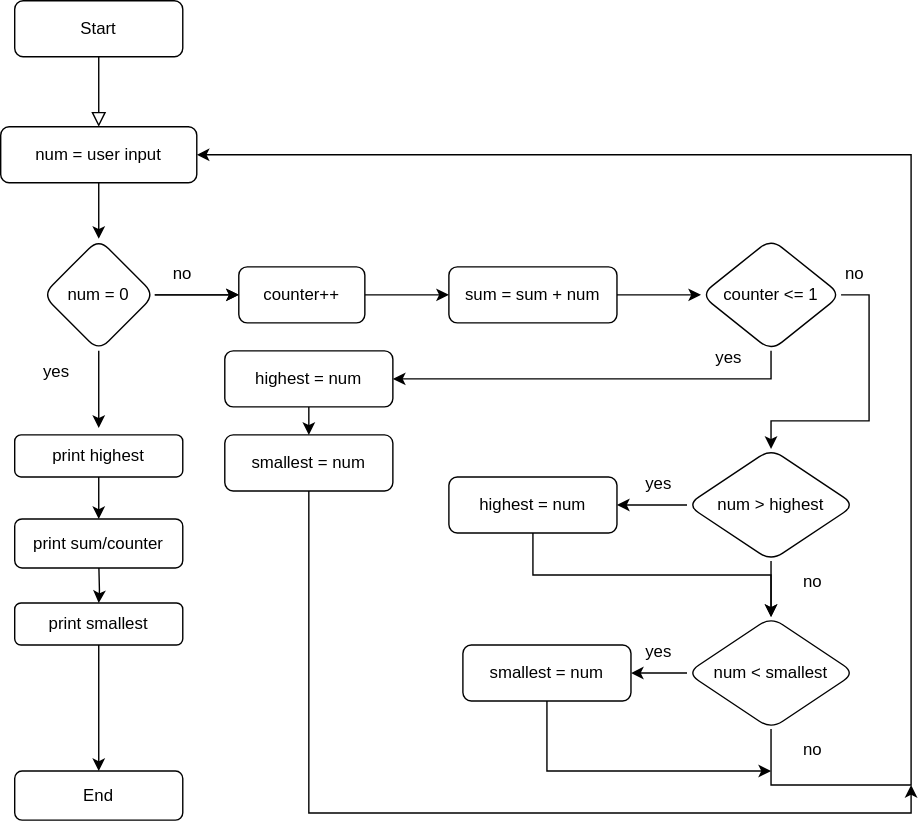
The draw.io diagram Week_01/algorithm_mod2_asmnt1.drawio.svg in bilalalissa/The-JavaScript-Boot-Camp-by-Flavio, before a commit. Source tidied: cells renumbered, new cells last; positions are measured from the earlier drawing's top-left corner, leaving out a move shared by most shapes.
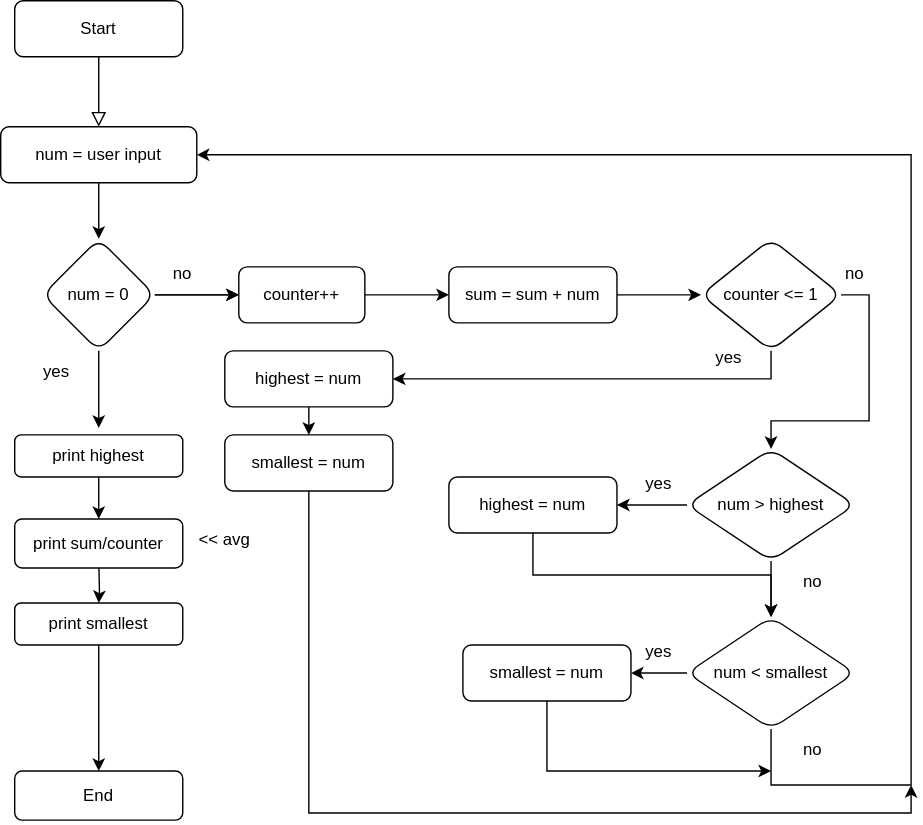
After the commit.

The edit, as a diff of the source:
```diff
@@ -175,5 +175,8 @@
     <mxCell id="45" value="print highest" style="whiteSpace=wrap;html=1;rounded=1;" parent="1" vertex="1">
       <mxGeometry x="10" y="310" width="120" height="30" as="geometry" />
     </mxCell>
+    <mxCell id="46" value="&amp;lt;&amp;lt; avg" style="text;html=1;strokeColor=none;fillColor=none;align=center;verticalAlign=middle;whiteSpace=wrap;rounded=0;" parent="1" vertex="1">
+      <mxGeometry x="130" y="370" width="60" height="30" as="geometry" />
+    </mxCell>
   </root>
 </mxGraphModel>
```
